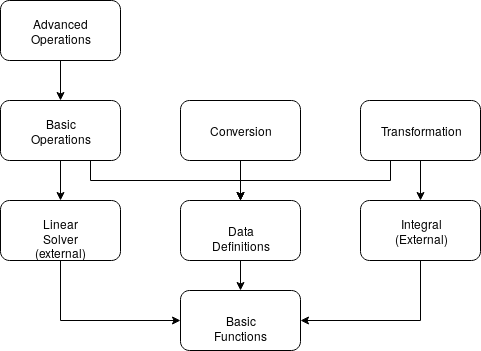
Before: docs/Design/MG/UsesHierarchy.png, a diagram exported from draw.io (caobo1994/FourierSeries). Source tidied: cells renumbered, new cells last; positions are measured from the earlier drawing's top-left corner, leaving out a move shared by most shapes. Source of this version:
```xml
<mxGraphModel>
  <root>
    <mxCell id="0" />
    <mxCell id="1" parent="0" />
    <mxCell id="2" style="edgeStyle=orthogonalEdgeStyle;rounded=0;jettySize=auto;html=1;" parent="1" edge="1" source="3" target="13">
      <mxGeometry relative="1" as="geometry" />
    </mxCell>
    <mxCell id="3" value="Conversion" style="rounded=1;whiteSpace=wrap;html=1;" parent="1" vertex="1">
      <mxGeometry x="180" y="100" width="120" height="60" as="geometry" />
    </mxCell>
    <mxCell id="4" style="edgeStyle=orthogonalEdgeStyle;rounded=0;jettySize=auto;html=1;" parent="1" edge="1" source="5" target="8">
      <mxGeometry relative="1" as="geometry" />
    </mxCell>
    <mxCell id="5" value="&lt;div&gt;Advanced &lt;br&gt;&lt;/div&gt;&lt;div&gt;Operations&lt;/div&gt;" style="rounded=1;whiteSpace=wrap;html=1;" parent="1" vertex="1">
      <mxGeometry width="120" height="60" as="geometry" />
    </mxCell>
    <mxCell id="6" style="edgeStyle=orthogonalEdgeStyle;rounded=0;jettySize=auto;html=1;exitX=0.5;exitY=1;exitDx=0;exitDy=0;entryX=0.5;entryY=0;entryDx=0;entryDy=0;" parent="1" edge="1" source="8" target="15">
      <mxGeometry relative="1" as="geometry" />
    </mxCell>
    <mxCell id="7" style="edgeStyle=orthogonalEdgeStyle;rounded=0;jettySize=auto;html=1;exitX=0.75;exitY=1;exitDx=0;exitDy=0;entryX=0.5;entryY=0;entryDx=0;entryDy=0;" parent="1" edge="1" source="8" target="13">
      <mxGeometry relative="1" as="geometry" />
    </mxCell>
    <mxCell id="8" value="&lt;div&gt;Basic&lt;/div&gt;&lt;div&gt;Operations&lt;br&gt;&lt;/div&gt;" style="rounded=1;whiteSpace=wrap;html=1;" parent="1" vertex="1">
      <mxGeometry y="100" width="120" height="60" as="geometry" />
    </mxCell>
    <mxCell id="9" style="edgeStyle=orthogonalEdgeStyle;rounded=0;jettySize=auto;html=1;exitX=0.25;exitY=1;exitDx=0;exitDy=0;" parent="1" edge="1" source="11" target="13">
      <mxGeometry relative="1" as="geometry" />
    </mxCell>
    <mxCell id="10" style="edgeStyle=orthogonalEdgeStyle;rounded=0;jettySize=auto;html=1;entryX=0.5;entryY=0;entryDx=0;entryDy=0;" parent="1" edge="1" source="11" target="17">
      <mxGeometry relative="1" as="geometry" />
    </mxCell>
    <mxCell id="11" value="Transformation" style="rounded=1;whiteSpace=wrap;html=1;" parent="1" vertex="1">
      <mxGeometry x="360" y="100" width="120" height="60" as="geometry" />
    </mxCell>
    <mxCell id="12" style="edgeStyle=orthogonalEdgeStyle;rounded=0;jettySize=auto;html=1;exitX=0.5;exitY=1;exitDx=0;exitDy=0;entryX=0.5;entryY=0;entryDx=0;entryDy=0;" parent="1" edge="1" source="13" target="18">
      <mxGeometry relative="1" as="geometry" />
    </mxCell>
    <mxCell id="13" value="Data Definitions" style="rounded=1;whiteSpace=wrap;html=1;" parent="1" vertex="1">
      <mxGeometry x="180" y="200" width="120" height="60" as="geometry" />
    </mxCell>
    <mxCell id="14" style="edgeStyle=orthogonalEdgeStyle;rounded=0;jettySize=auto;html=1;exitX=0.5;exitY=1;exitDx=0;exitDy=0;entryX=0;entryY=0.5;entryDx=0;entryDy=0;" parent="1" edge="1" source="15" target="18">
      <mxGeometry relative="1" as="geometry" />
    </mxCell>
    <mxCell id="15" value="&lt;div&gt;Linear Solver&lt;/div&gt;&lt;div&gt;(external)&lt;/div&gt;" style="rounded=1;whiteSpace=wrap;html=1;" parent="1" vertex="1">
      <mxGeometry y="200" width="120" height="60" as="geometry" />
    </mxCell>
    <mxCell id="16" style="edgeStyle=orthogonalEdgeStyle;rounded=0;jettySize=auto;html=1;exitX=0.5;exitY=1;exitDx=0;exitDy=0;entryX=1;entryY=0.5;entryDx=0;entryDy=0;" parent="1" edge="1" source="17" target="18">
      <mxGeometry relative="1" as="geometry" />
    </mxCell>
    <mxCell id="17" value="&lt;div&gt;Integral&lt;/div&gt;&lt;div&gt;(External)&lt;br&gt;&lt;/div&gt;" style="rounded=1;whiteSpace=wrap;html=1;" parent="1" vertex="1">
      <mxGeometry x="360" y="200" width="120" height="60" as="geometry" />
    </mxCell>
    <mxCell id="18" value="Basic Functions" style="rounded=1;whiteSpace=wrap;html=1;" parent="1" vertex="1">
      <mxGeometry x="180" y="290" width="120" height="60" as="geometry" />
    </mxCell>
  </root>
</mxGraphModel>
```
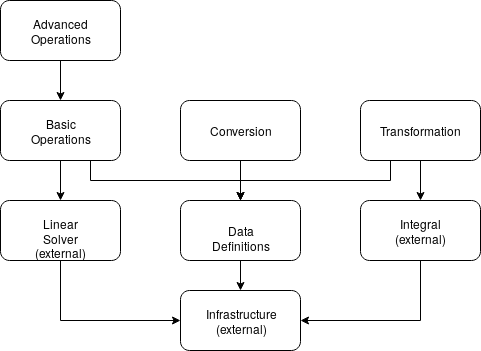
Later version of the same file.

Change to the diagram source:
```diff
@@ -26,32 +26,32 @@
     <mxCell id="9" style="edgeStyle=orthogonalEdgeStyle;rounded=0;jettySize=auto;html=1;exitX=0.25;exitY=1;exitDx=0;exitDy=0;" parent="1" edge="1" source="11" target="13">
       <mxGeometry relative="1" as="geometry" />
     </mxCell>
-    <mxCell id="10" style="edgeStyle=orthogonalEdgeStyle;rounded=0;jettySize=auto;html=1;entryX=0.5;entryY=0;entryDx=0;entryDy=0;" parent="1" edge="1" source="11" target="17">
-      <mxGeometry relative="1" as="geometry" />
-    </mxCell>
+    <mxCell id="19" style="edgeStyle=orthogonalEdgeStyle;rounded=0;jettySize=auto;html=1;entryX=0.5;entryY=0;entryDx=0;entryDy=0;" parent="1" edge="1" source="11" target="23">
+      <mxGeometry relative="1" as="geometry" />
+    </mxCell>
     <mxCell id="11" value="Transformation" style="rounded=1;whiteSpace=wrap;html=1;" parent="1" vertex="1">
       <mxGeometry x="360" y="100" width="120" height="60" as="geometry" />
     </mxCell>
-    <mxCell id="12" style="edgeStyle=orthogonalEdgeStyle;rounded=0;jettySize=auto;html=1;exitX=0.5;exitY=1;exitDx=0;exitDy=0;entryX=0.5;entryY=0;entryDx=0;entryDy=0;" parent="1" edge="1" source="13" target="18">
-      <mxGeometry relative="1" as="geometry" />
-    </mxCell>
+    <mxCell id="20" style="edgeStyle=orthogonalEdgeStyle;rounded=0;jettySize=auto;html=1;exitX=0.5;exitY=1;exitDx=0;exitDy=0;entryX=0.5;entryY=0;entryDx=0;entryDy=0;" parent="1" edge="1" source="13" target="24">
+      <mxGeometry relative="1" as="geometry" />
+    </mxCell>
     <mxCell id="13" value="Data Definitions" style="rounded=1;whiteSpace=wrap;html=1;" parent="1" vertex="1">
       <mxGeometry x="180" y="200" width="120" height="60" as="geometry" />
     </mxCell>
-    <mxCell id="14" style="edgeStyle=orthogonalEdgeStyle;rounded=0;jettySize=auto;html=1;exitX=0.5;exitY=1;exitDx=0;exitDy=0;entryX=0;entryY=0.5;entryDx=0;entryDy=0;" parent="1" edge="1" source="15" target="18">
-      <mxGeometry relative="1" as="geometry" />
-    </mxCell>
+    <mxCell id="21" style="edgeStyle=orthogonalEdgeStyle;rounded=0;jettySize=auto;html=1;exitX=0.5;exitY=1;exitDx=0;exitDy=0;entryX=0;entryY=0.5;entryDx=0;entryDy=0;" parent="1" edge="1" source="15" target="24">
+      <mxGeometry relative="1" as="geometry" />
+    </mxCell>
     <mxCell id="15" value="&lt;div&gt;Linear Solver&lt;/div&gt;&lt;div&gt;(external)&lt;/div&gt;" style="rounded=1;whiteSpace=wrap;html=1;" parent="1" vertex="1">
       <mxGeometry y="200" width="120" height="60" as="geometry" />
     </mxCell>
-    <mxCell id="16" style="edgeStyle=orthogonalEdgeStyle;rounded=0;jettySize=auto;html=1;exitX=0.5;exitY=1;exitDx=0;exitDy=0;entryX=1;entryY=0.5;entryDx=0;entryDy=0;" parent="1" edge="1" source="17" target="18">
-      <mxGeometry relative="1" as="geometry" />
-    </mxCell>
-    <mxCell id="17" value="&lt;div&gt;Integral&lt;/div&gt;&lt;div&gt;(External)&lt;br&gt;&lt;/div&gt;" style="rounded=1;whiteSpace=wrap;html=1;" parent="1" vertex="1">
-      <mxGeometry x="360" y="200" width="120" height="60" as="geometry" />
-    </mxCell>
-    <mxCell id="18" value="Basic Functions" style="rounded=1;whiteSpace=wrap;html=1;" parent="1" vertex="1">
-      <mxGeometry x="180" y="290" width="120" height="60" as="geometry" />
-    </mxCell>
+    <mxCell id="22" style="edgeStyle=orthogonalEdgeStyle;rounded=0;jettySize=auto;html=1;exitX=0.5;exitY=1;exitDx=0;exitDy=0;entryX=1;entryY=0.5;entryDx=0;entryDy=0;" parent="1" edge="1" source="23" target="24">
+      <mxGeometry relative="1" as="geometry" />
+    </mxCell>
+    <mxCell id="23" value="&lt;div&gt;Integral&lt;/div&gt;&lt;div&gt;(external)&lt;br&gt;&lt;/div&gt;" style="rounded=1;whiteSpace=wrap;html=1;" parent="1" vertex="1">
+      <mxGeometry x="360" y="200" width="120" height="60" as="geometry" />
+    </mxCell>
+    <mxCell id="24" value="&lt;div&gt;Infrastructure&lt;/div&gt;&lt;div&gt;(external)&lt;/div&gt;" style="rounded=1;whiteSpace=wrap;html=1;" parent="1" vertex="1">
+      <mxGeometry x="180" y="290" width="120" height="60" as="geometry" />
+    </mxCell>
   </root>
 </mxGraphModel>
```
